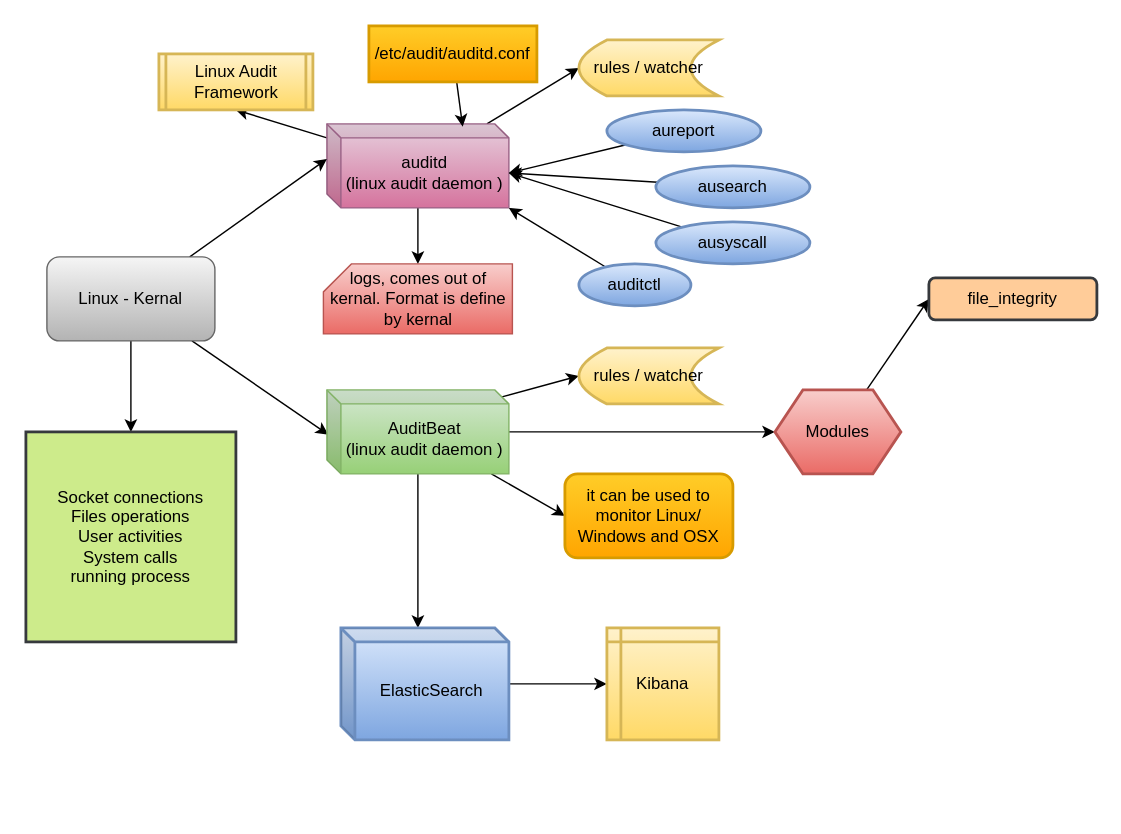
Earlier version of the draw.io diagram page "General" (1 of 4) of My Articles/elastic stack/Audit Beat Understanding.drawio (paramothers/books). Source tidied: cells renumbered, new cells numbered last; positions are measured from the earlier drawing's top-left corner, leaving out a move shared by most shapes. Both pictures are drawn from the tidied source at 140%, with x=0, y=0 at pixel (25, 25).
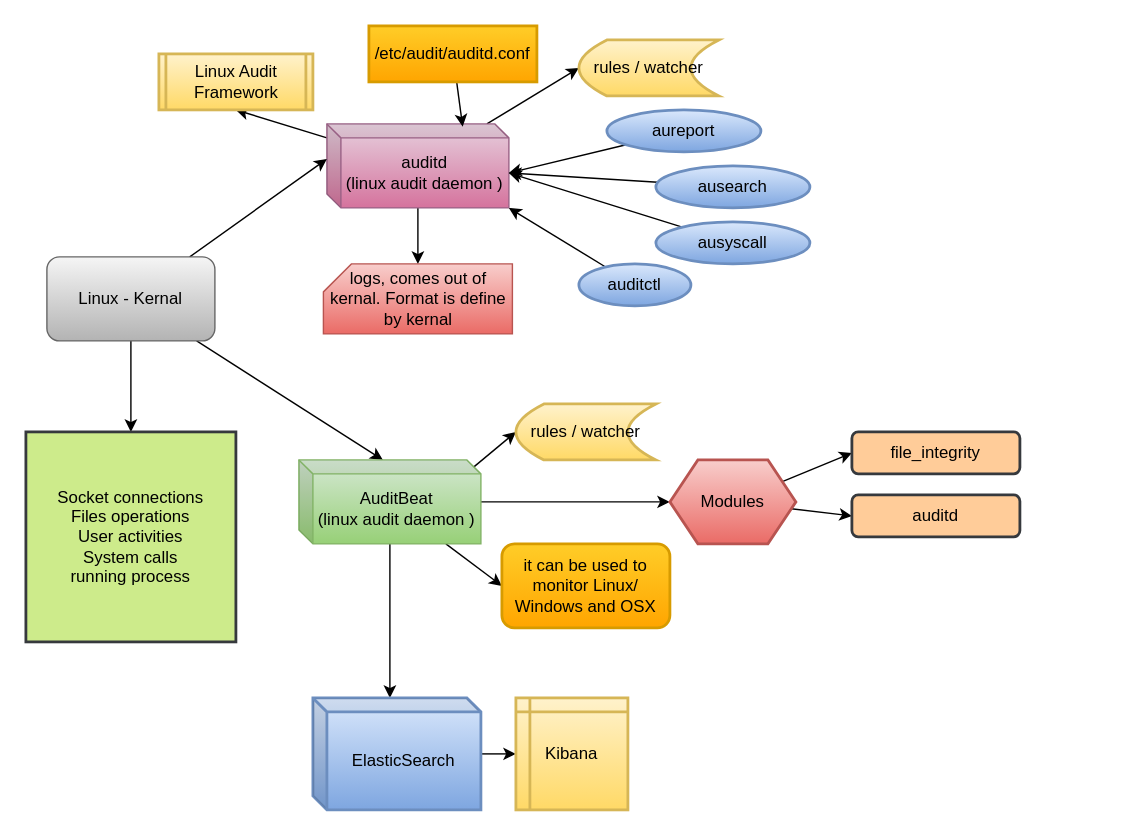
The same page after the edit.

Unchanged cells that the change refers to:
```xml
<mxCell id="11" value="Linux - Kernal" style="rounded=1;whiteSpace=wrap;html=1;gradientColor=#b3b3b3;fillColor=#f5f5f5;strokeColor=#666666;" parent="1" vertex="1">
  <mxGeometry x="15" y="165" width="120" height="60" as="geometry" />
</mxCell>
```

What changed in the source:
```diff
@@
-    <mxCell id="10" style="edgeStyle=none;rounded=0;jettySize=auto;html=1;entryX=0.008;entryY=0.533;entryDx=0;entryDy=0;entryPerimeter=0;" parent="1" edge="1" source="11" target="29">
+    <mxCell id="10" style="edgeStyle=none;rounded=0;jettySize=auto;html=1;entryX=0;entryY=0;entryDx=60;entryDy=0;entryPerimeter=0;" parent="1" edge="1" source="11" target="29">
       <mxGeometry relative="1" as="geometry" />
     </mxCell>
@@
     <mxCell id="25" value="rules / watcher" style="shape=dataStorage;whiteSpace=wrap;html=1;fixedSize=1;strokeColor=#d6b656;strokeWidth=2;gradientColor=#ffd966;fillColor=#fff2cc;" parent="1" vertex="1">
-      <mxGeometry x="395" y="230" width="100" height="40" as="geometry" />
+      <mxGeometry x="350" y="270" width="100" height="40" as="geometry" />
     </mxCell>
@@
     <mxCell id="29" value="AuditBeat&lt;br&gt;(linux audit daemon )" style="shape=cube;whiteSpace=wrap;html=1;boundedLbl=1;backgroundOutline=1;darkOpacity=0.05;darkOpacity2=0.1;size=10;gradientColor=#97d077;fillColor=#d5e8d4;strokeColor=#82b366;" parent="1" vertex="1">
-      <mxGeometry x="215" y="260" width="130" height="60" as="geometry" />
+      <mxGeometry x="195" y="310" width="130" height="60" as="geometry" />
     </mxCell>
     <mxCell id="30" value="it can be used to monitor Linux/ Windows and OSX" style="rounded=1;whiteSpace=wrap;html=1;strokeColor=#d79b00;strokeWidth=2;gradientColor=#ffa500;fillColor=#ffcd28;" parent="1" vertex="1">
-      <mxGeometry x="385" y="320" width="120" height="60" as="geometry" />
+      <mxGeometry x="340" y="370" width="120" height="60" as="geometry" />
     </mxCell>
@@
     <mxCell id="32" value="ElasticSearch" style="shape=cube;whiteSpace=wrap;html=1;boundedLbl=1;backgroundOutline=1;darkOpacity=0.05;darkOpacity2=0.1;strokeColor=#6c8ebf;strokeWidth=2;size=10;gradientColor=#7ea6e0;fillColor=#dae8fc;" parent="1" vertex="1">
-      <mxGeometry x="225" y="430" width="120" height="80" as="geometry" />
+      <mxGeometry x="205" y="480" width="120" height="80" as="geometry" />
     </mxCell>
     <mxCell id="33" value="Kibana" style="shape=internalStorage;whiteSpace=wrap;html=1;backgroundOutline=1;strokeColor=#d6b656;strokeWidth=2;dx=10;dy=10;gradientColor=#ffd966;fillColor=#fff2cc;" parent="1" vertex="1">
-      <mxGeometry x="415" y="430" width="80" height="80" as="geometry" />
+      <mxGeometry x="350" y="480" width="80" height="80" as="geometry" />
     </mxCell>
@@
+    <mxCell id="37" style="edgeStyle=none;rounded=0;jettySize=auto;html=1;entryX=0;entryY=0.5;entryDx=0;entryDy=0;" parent="1" edge="1" source="35" target="38">
+      <mxGeometry relative="1" as="geometry" />
+    </mxCell>
     <mxCell id="35" value="Modules" style="shape=hexagon;perimeter=hexagonPerimeter2;whiteSpace=wrap;html=1;fixedSize=1;strokeColor=#b85450;strokeWidth=2;gradientColor=#ea6b66;fillColor=#f8cecc;" parent="1" vertex="1">
-      <mxGeometry x="535" y="260" width="90" height="60" as="geometry" />
+      <mxGeometry x="460" y="310" width="90" height="60" as="geometry" />
     </mxCell>
     <mxCell id="36" value="file_integrity" style="rounded=1;whiteSpace=wrap;html=1;strokeColor=#36393d;strokeWidth=2;fillColor=#ffcc99;" parent="1" vertex="1">
-      <mxGeometry x="645" y="180" width="120" height="30" as="geometry" />
+      <mxGeometry x="590" y="290" width="120" height="30" as="geometry" />
     </mxCell>
+    <mxCell id="38" value="auditd" style="rounded=1;whiteSpace=wrap;html=1;strokeColor=#36393d;strokeWidth=2;fillColor=#ffcc99;" parent="1" vertex="1">
+      <mxGeometry x="590" y="335" width="120" height="30" as="geometry" />
+    </mxCell>
```
